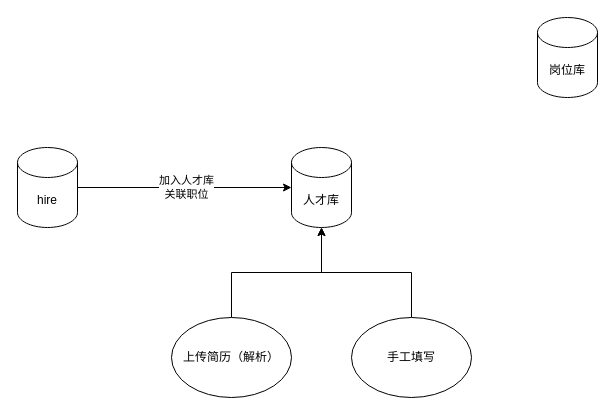
Before: 智能招聘表设计.drawio in diaohancai/diagrams, a draw.io diagram. Source tidied: cells renumbered, new cells numbered last; positions are measured from the earlier drawing's top-left corner, leaving out a move shared by most shapes. Both pictures are drawn from the tidied source at 100%, with x=0, y=0 at pixel (17, 17).
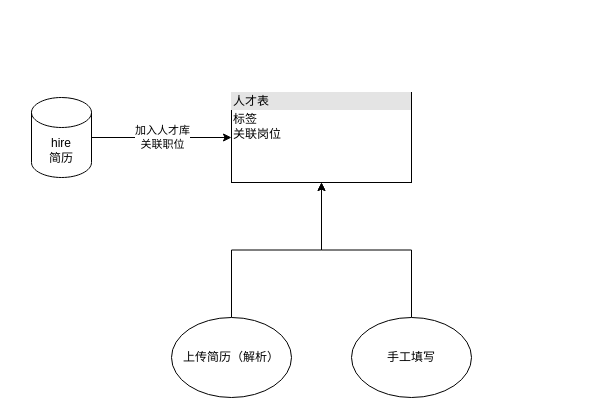
Above is the later version.

Commit message (it also covers changes not shown here):
Update 智能招聘表设计.drawio

Diff of the diagram source:
```diff
@@
 <mxGraphModel>
   <root>
     <mxCell id="0" />
     <mxCell id="1" parent="0" />
-    <mxCell id="2" style="edgeStyle=orthogonalEdgeStyle;rounded=0;jettySize=auto;html=1;entryX=0;entryY=0.5;entryDx=0;entryDy=0;entryPerimeter=0;" parent="1" edge="1" source="4" target="5">
-      <mxGeometry relative="1" as="geometry" />
+    <mxCell id="2" style="edgeStyle=orthogonalEdgeStyle;rounded=0;jettySize=auto;html=1;" parent="1" edge="1" source="4">
+      <mxGeometry relative="1" as="geometry">
+        <mxPoint x="214" y="120" as="targetPoint" />
+      </mxGeometry>
     </mxCell>
     <mxCell id="3" value="加入人才库&lt;br&gt;关联职位" style="edgeLabel;html=1;align=center;verticalAlign=middle;" parent="2" vertex="1">
       <mxGeometry x="0.01" y="1" relative="1" as="geometry" />
     </mxCell>
-    <mxCell id="4" value="hire" style="shape=cylinder3;whiteSpace=wrap;html=1;boundedLbl=1;backgroundOutline=1;size=15;" parent="1" vertex="1">
-      <mxGeometry y="130" width="60" height="80" as="geometry" />
+    <mxCell id="4" value="hire&lt;br&gt;简历" style="shape=cylinder3;whiteSpace=wrap;html=1;boundedLbl=1;backgroundOutline=1;size=15;" parent="1" vertex="1">
+      <mxGeometry x="14" y="80" width="60" height="80" as="geometry" />
     </mxCell>
-    <mxCell id="5" value="人才库" style="shape=cylinder3;whiteSpace=wrap;html=1;boundedLbl=1;backgroundOutline=1;size=15;" parent="1" vertex="1">
-      <mxGeometry x="274" y="130" width="60" height="80" as="geometry" />
-    </mxCell>
-    <mxCell id="6" style="edgeStyle=orthogonalEdgeStyle;rounded=0;jettySize=auto;html=1;exitX=0.5;exitY=0;exitDx=0;exitDy=0;entryX=0.5;entryY=1;entryDx=0;entryDy=0;entryPerimeter=0;" parent="1" edge="1" source="7" target="5">
-      <mxGeometry relative="1" as="geometry" />
-    </mxCell>
+    <mxCell id="11" style="edgeStyle=orthogonalEdgeStyle;rounded=0;jettySize=auto;html=1;entryX=0.5;entryY=1;entryDx=0;entryDy=0;" parent="1" edge="1" source="7" target="13">
+      <mxGeometry relative="1" as="geometry" />
+    </mxCell>
     <mxCell id="7" value="上传简历（解析）" style="ellipse;whiteSpace=wrap;html=1;" parent="1" vertex="1">
       <mxGeometry x="154" y="300" width="120" height="80" as="geometry" />
     </mxCell>
-    <mxCell id="8" style="edgeStyle=orthogonalEdgeStyle;rounded=0;jettySize=auto;html=1;exitX=0.5;exitY=0;exitDx=0;exitDy=0;entryX=0.5;entryY=1;entryDx=0;entryDy=0;entryPerimeter=0;" parent="1" edge="1" source="9" target="5">
-      <mxGeometry relative="1" as="geometry" />
-    </mxCell>
+    <mxCell id="12" style="edgeStyle=orthogonalEdgeStyle;rounded=0;jettySize=auto;html=1;exitX=0.5;exitY=0;exitDx=0;exitDy=0;entryX=0.5;entryY=1;entryDx=0;entryDy=0;" parent="1" edge="1" source="9" target="13">
+      <mxGeometry relative="1" as="geometry" />
+    </mxCell>
     <mxCell id="9" value="手工填写" style="ellipse;whiteSpace=wrap;html=1;" parent="1" vertex="1">
       <mxGeometry x="334" y="300" width="120" height="80" as="geometry" />
     </mxCell>
-    <mxCell id="10" value="岗位库" style="shape=cylinder3;whiteSpace=wrap;html=1;boundedLbl=1;backgroundOutline=1;size=15;" parent="1" vertex="1">
-      <mxGeometry x="520" width="60" height="80" as="geometry" />
-    </mxCell>
+    <mxCell id="13" value="&lt;div style=&quot;box-sizing:border-box;width:100%;background:#e4e4e4;padding:2px;&quot;&gt;人才表&lt;/div&gt;&lt;table style=&quot;width:100%;font-size:1em;&quot; cellpadding=&quot;2&quot; cellspacing=&quot;0&quot;&gt;&lt;tbody&gt;&lt;tr&gt;&lt;td&gt;标签&lt;br&gt;关联岗位&lt;/td&gt;&lt;td&gt;&lt;/td&gt;&lt;/tr&gt;&lt;/tbody&gt;&lt;/table&gt;" style="verticalAlign=top;align=left;overflow=fill;html=1;" parent="1" vertex="1">
+      <mxGeometry x="214" y="75" width="180" height="90" as="geometry" />
+    </mxCell>
   </root>
 </mxGraphModel>
```
